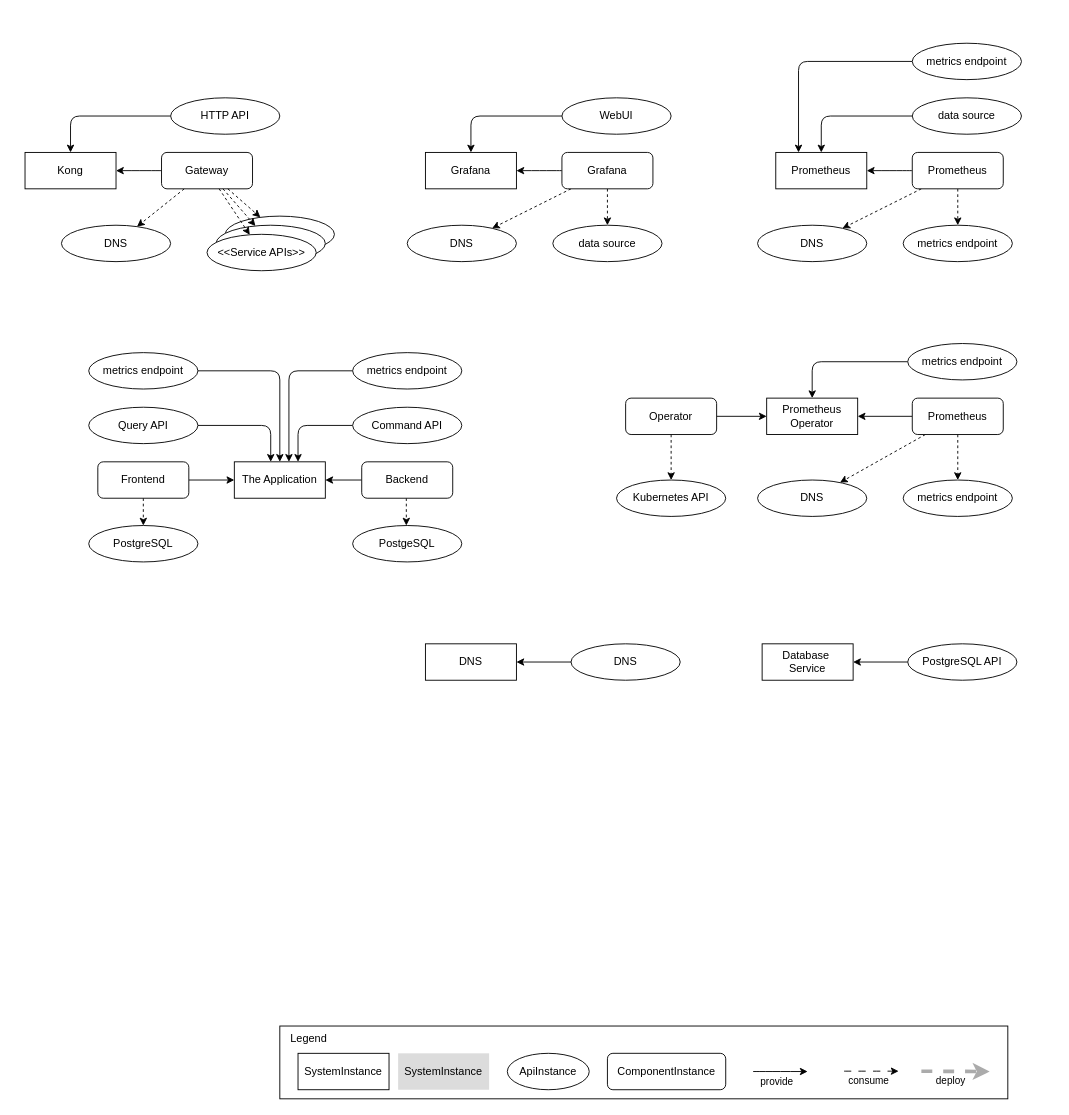
Earlier version of the draw.io diagram page "p1 complex system (System View)" (6 of 6) of content/docs/model/images/model-entities.drawio (emeland-io/book). Source tidied: cells renumbered, new cells numbered last; positions are measured from the earlier drawing's top-left corner, leaving out a move shared by most shapes. Both pictures are drawn from the tidied source at 91%, with x=0, y=0 at pixel (25, 43).
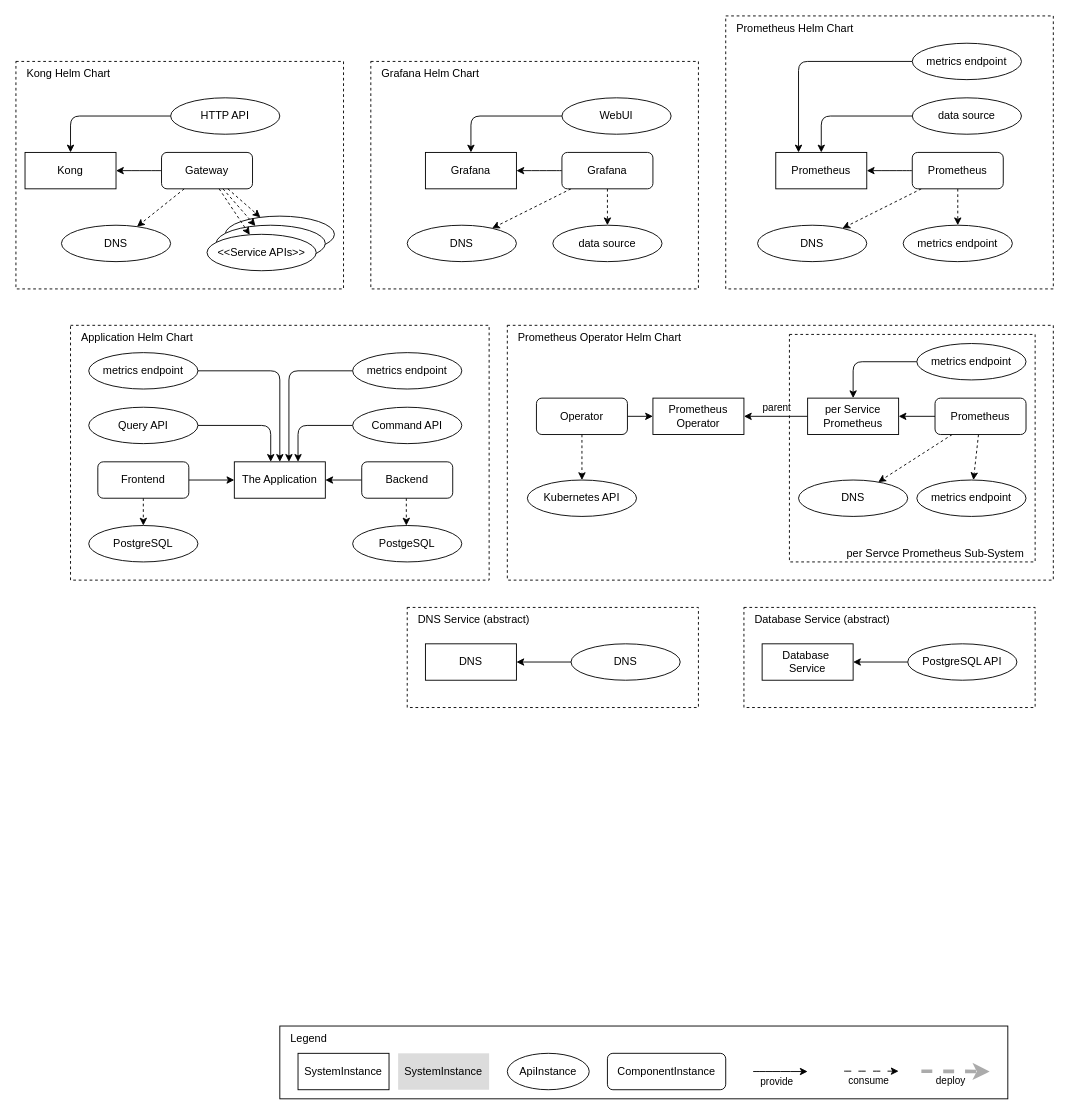
The same diagram, later.

Change to the diagram source:
```diff
@@
+    <mxCell id="82" value="Database Service (abstract)" style="rounded=0;whiteSpace=wrap;html=1;dashed=1;align=left;verticalAlign=top;spacingLeft=10;" parent="1" vertex="1">
+      <mxGeometry x="790" y="620" width="320" height="110" as="geometry" />
+    </mxCell>
+    <mxCell id="83" value="DNS Service (abstract)" style="rounded=0;whiteSpace=wrap;html=1;dashed=1;align=left;verticalAlign=top;spacingLeft=10;" parent="1" vertex="1">
+      <mxGeometry x="420" y="620" width="320" height="110" as="geometry" />
+    </mxCell>
+    <mxCell id="84" value="Prometheus Operator Helm Chart" style="rounded=0;whiteSpace=wrap;html=1;dashed=1;align=left;verticalAlign=top;spacingLeft=10;" parent="1" vertex="1">
+      <mxGeometry x="530" y="310" width="600" height="280" as="geometry" />
+    </mxCell>
+    <mxCell id="85" value="per Servce Prometheus Sub-System" style="rounded=0;whiteSpace=wrap;html=1;dashed=1;align=right;verticalAlign=bottom;spacingLeft=10;spacingRight=10;" parent="1" vertex="1">
+      <mxGeometry x="840" y="320" width="270" height="250" as="geometry" />
+    </mxCell>
+    <mxCell id="86" value="Application Helm Chart" style="rounded=0;whiteSpace=wrap;html=1;dashed=1;align=left;verticalAlign=top;spacingLeft=10;" parent="1" vertex="1">
+      <mxGeometry x="50" y="310" width="460" height="280" as="geometry" />
+    </mxCell>
+    <mxCell id="87" value="Prometheus Helm Chart" style="rounded=0;whiteSpace=wrap;html=1;dashed=1;align=left;verticalAlign=top;spacingLeft=10;" parent="1" vertex="1">
+      <mxGeometry x="770" y="-30" width="360" height="300" as="geometry" />
+    </mxCell>
+    <mxCell id="88" value="Grafana Helm Chart" style="rounded=0;whiteSpace=wrap;html=1;dashed=1;align=left;verticalAlign=top;spacingLeft=10;" parent="1" vertex="1">
+      <mxGeometry x="380" y="20" width="360" height="250" as="geometry" />
+    </mxCell>
+    <mxCell id="89" value="Kong Helm Chart" style="rounded=0;whiteSpace=wrap;html=1;dashed=1;align=left;verticalAlign=top;spacingLeft=10;" parent="1" vertex="1">
+      <mxGeometry x="-10" y="20" width="360" height="250" as="geometry" />
+    </mxCell>
@@
     <mxCell id="46" value="Prometheus Operator" style="rounded=0;whiteSpace=wrap;html=1;" parent="1" vertex="1">
-      <mxGeometry x="815" y="390" width="100" height="40" as="geometry" />
+      <mxGeometry x="690" y="390" width="100" height="40" as="geometry" />
     </mxCell>
-    <mxCell id="47" style="edgeStyle=none;html=1;" parent="1" edge="1" source="50" target="46">
-      <mxGeometry relative="1" as="geometry" />
-    </mxCell>
@@
+    <mxCell id="90" style="edgeStyle=none;html=1;" parent="1" edge="1" source="50" target="93">
+      <mxGeometry relative="1" as="geometry" />
+    </mxCell>
     <mxCell id="50" value="Prometheus" style="rounded=1;whiteSpace=wrap;html=1;" parent="1" vertex="1">
-      <mxGeometry x="975" y="390" width="100" height="40" as="geometry" />
+      <mxGeometry x="1000" y="390" width="100" height="40" as="geometry" />
     </mxCell>
-    <mxCell id="51" style="edgeStyle=orthogonalEdgeStyle;html=1;" parent="1" edge="1" source="52" target="46">
+    <mxCell id="51" style="edgeStyle=orthogonalEdgeStyle;html=1;" parent="1" edge="1" source="52" target="93">
       <mxGeometry relative="1" as="geometry" />
     </mxCell>
     <mxCell id="52" value="metrics endpoint" style="ellipse;whiteSpace=wrap;html=1;" parent="1" vertex="1">
-      <mxGeometry x="970" y="330" width="120" height="40" as="geometry" />
+      <mxGeometry x="980" y="330" width="120" height="40" as="geometry" />
     </mxCell>
@@
     <mxCell id="55" value="Operator" style="rounded=1;whiteSpace=wrap;html=1;" parent="1" vertex="1">
-      <mxGeometry x="660" y="390" width="100" height="40" as="geometry" />
+      <mxGeometry x="562" y="390" width="100" height="40" as="geometry" />
     </mxCell>
     <mxCell id="56" value="DNS" style="ellipse;whiteSpace=wrap;html=1;" parent="1" vertex="1">
-      <mxGeometry x="805" y="480" width="120" height="40" as="geometry" />
+      <mxGeometry x="850" y="480" width="120" height="40" as="geometry" />
     </mxCell>
     <mxCell id="57" value="metrics endpoint" style="ellipse;whiteSpace=wrap;html=1;" parent="1" vertex="1">
-      <mxGeometry x="965" y="480" width="120" height="40" as="geometry" />
+      <mxGeometry x="980" y="480" width="120" height="40" as="geometry" />
     </mxCell>
     <mxCell id="58" value="Kubernetes API" style="ellipse;whiteSpace=wrap;html=1;" parent="1" vertex="1">
-      <mxGeometry x="650" y="480" width="120" height="40" as="geometry" />
+      <mxGeometry x="552" y="480" width="120" height="40" as="geometry" />
     </mxCell>
@@
+    <mxCell id="91" style="edgeStyle=none;html=1;" parent="1" edge="1" source="93" target="46">
+      <mxGeometry relative="1" as="geometry" />
+    </mxCell>
+    <mxCell id="92" value="parent" style="edgeLabel;html=1;align=center;verticalAlign=middle;" parent="91" vertex="1">
+      <mxGeometry x="0.01" y="-1" relative="1" as="geometry">
+        <mxPoint y="-9" as="offset" />
+      </mxGeometry>
+    </mxCell>
+    <mxCell id="93" value="per Service&lt;div&gt;Prometheus&lt;/div&gt;" style="rounded=0;whiteSpace=wrap;html=1;" parent="1" vertex="1">
+      <mxGeometry x="860" y="390" width="100" height="40" as="geometry" />
+    </mxCell>
```
